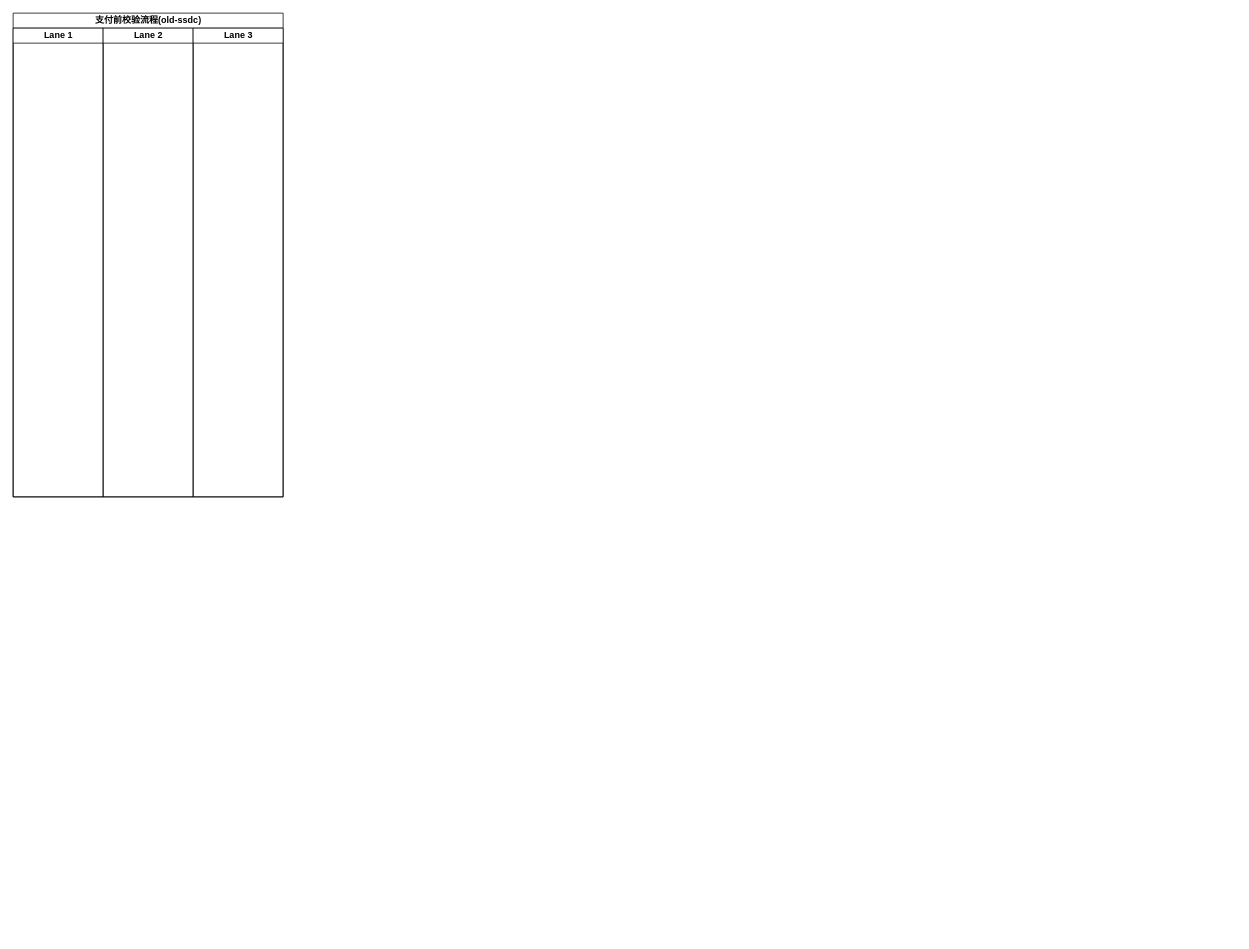
Above: page "支付前校验流程(old-ssdc)" (7 of 9) of pkfare/autoFlowup/autoFllowUp.drawio in zhangweixin/design-diagram (draw.io), before the change. Source tidied: cells renumbered, new cells numbered last; positions are measured from the earlier drawing's top-left corner, leaving out a move shared by most shapes. Both pictures are drawn from the tidied source at 75%, with x=0, y=0 at pixel (13, 13).
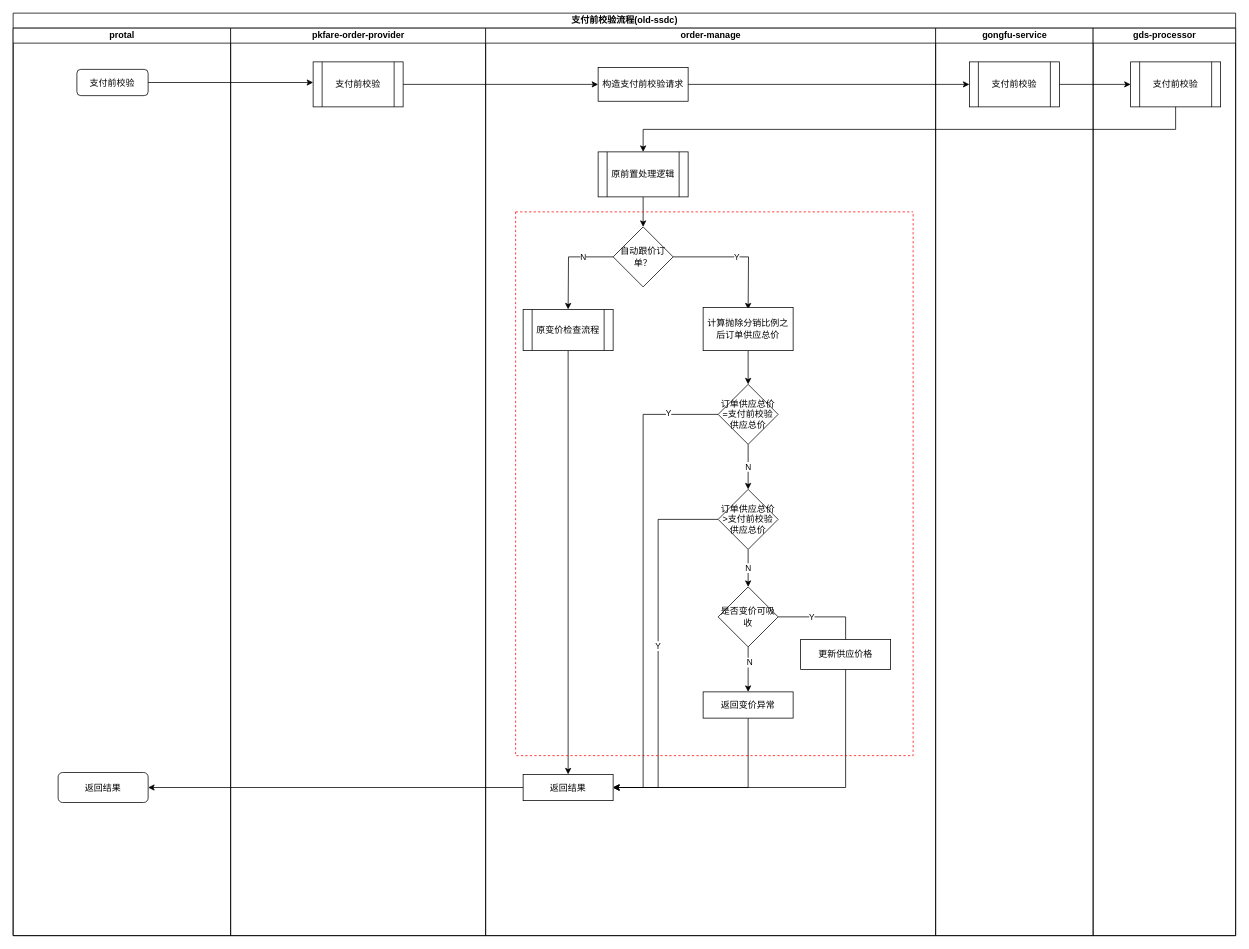
After the change.

Change to the diagram source:
```diff
@@
     <mxCell id="2" value="支付前校验流程(old-ssdc)" style="swimlane;startSize=20;html=1;" parent="1" vertex="1">
-      <mxGeometry width="360" height="645" as="geometry" />
+      <mxGeometry width="1630" height="1230" as="geometry" />
     </mxCell>
-    <mxCell id="3" value="Lane 1" style="swimlane;startSize=20;html=1;" parent="2" vertex="1">
-      <mxGeometry y="20" width="120" height="625" as="geometry" />
+    <mxCell id="3" value="protal" style="swimlane;startSize=20;html=1;" parent="2" vertex="1">
+      <mxGeometry y="20" width="290" height="1210" as="geometry" />
     </mxCell>
+    <mxCell id="6" value="支付前校验" style="rounded=1;whiteSpace=wrap;html=1;" parent="3" vertex="1">
+      <mxGeometry x="85" y="55" width="95" height="35" as="geometry" />
+    </mxCell>
+    <mxCell id="7" value="返回结果" style="rounded=1;whiteSpace=wrap;html=1;" parent="3" vertex="1">
+      <mxGeometry x="60" y="992.5" width="120" height="40" as="geometry" />
+    </mxCell>
-    <mxCell id="4" value="Lane 2" style="swimlane;startSize=20;html=1;" parent="2" vertex="1">
-      <mxGeometry x="120" y="20" width="120" height="625" as="geometry" />
+    <mxCell id="4" value="pkfare-order-provider" style="swimlane;startSize=20;html=1;" parent="2" vertex="1">
+      <mxGeometry x="290" y="20" width="340" height="1210" as="geometry" />
     </mxCell>
+    <mxCell id="8" value="支付前校验" style="shape=process;whiteSpace=wrap;html=1;backgroundOutline=1;" parent="4" vertex="1">
+      <mxGeometry x="110" y="45" width="120" height="60" as="geometry" />
+    </mxCell>
-    <mxCell id="5" value="Lane 3" style="swimlane;startSize=20;html=1;" parent="2" vertex="1">
-      <mxGeometry x="240" y="20" width="120" height="625" as="geometry" />
+    <mxCell id="5" value="order-manage" style="swimlane;startSize=20;html=1;" parent="2" vertex="1">
+      <mxGeometry x="630" y="20" width="600" height="1210" as="geometry" />
     </mxCell>
+    <mxCell id="9" value="构造支付前校验请求" style="rounded=0;whiteSpace=wrap;html=1;" parent="5" vertex="1">
+      <mxGeometry x="150" y="52.5" width="120" height="45" as="geometry" />
+    </mxCell>
+    <mxCell id="10" style="edgeStyle=orthogonalEdgeStyle;rounded=0;jettySize=auto;html=1;exitX=0.5;exitY=1;exitDx=0;exitDy=0;" parent="5" edge="1" source="11">
+      <mxGeometry relative="1" as="geometry">
+        <mxPoint x="210" y="265" as="targetPoint" />
+      </mxGeometry>
+    </mxCell>
+    <mxCell id="11" value="原前置处理逻辑" style="shape=process;whiteSpace=wrap;html=1;backgroundOutline=1;" parent="5" vertex="1">
+      <mxGeometry x="150" y="165" width="120" height="60" as="geometry" />
+    </mxCell>
+    <mxCell id="12" style="edgeStyle=orthogonalEdgeStyle;rounded=0;jettySize=auto;html=1;exitX=0;exitY=0.5;exitDx=0;exitDy=0;" parent="5" edge="1" source="15">
+      <mxGeometry relative="1" as="geometry">
+        <mxPoint x="110" y="375" as="targetPoint" />
+      </mxGeometry>
+    </mxCell>
+    <mxCell id="13" value="N" style="edgeLabel;html=1;align=center;verticalAlign=middle;" parent="12" vertex="1">
+      <mxGeometry x="-0.37" relative="1" as="geometry" />
+    </mxCell>
+    <mxCell id="14" value="Y" style="edgeStyle=orthogonalEdgeStyle;rounded=0;jettySize=auto;html=1;exitX=1;exitY=0.5;exitDx=0;exitDy=0;" parent="5" edge="1" source="15">
+      <mxGeometry relative="1" as="geometry">
+        <mxPoint x="350" y="375" as="targetPoint" />
+      </mxGeometry>
+    </mxCell>
+    <mxCell id="15" value="自动跟价订单？" style="rhombus;whiteSpace=wrap;html=1;" parent="5" vertex="1">
+      <mxGeometry x="170" y="265" width="80" height="80" as="geometry" />
+    </mxCell>
+    <mxCell id="16" style="edgeStyle=orthogonalEdgeStyle;rounded=0;jettySize=auto;html=1;exitX=0.5;exitY=1;exitDx=0;exitDy=0;" parent="5" edge="1" source="17" target="34">
+      <mxGeometry relative="1" as="geometry" />
+    </mxCell>
+    <mxCell id="17" value="原变价检查流程" style="shape=process;whiteSpace=wrap;html=1;backgroundOutline=1;" parent="5" vertex="1">
+      <mxGeometry x="50" y="375" width="120" height="55" as="geometry" />
+    </mxCell>
+    <mxCell id="18" value="N" style="edgeStyle=orthogonalEdgeStyle;rounded=0;jettySize=auto;html=1;exitX=0.5;exitY=1;exitDx=0;exitDy=0;" parent="5" edge="1" source="21">
+      <mxGeometry relative="1" as="geometry">
+        <mxPoint x="350" y="615" as="targetPoint" />
+      </mxGeometry>
+    </mxCell>
+    <mxCell id="19" style="edgeStyle=orthogonalEdgeStyle;rounded=0;jettySize=auto;html=1;exitX=0;exitY=0.5;exitDx=0;exitDy=0;entryX=1;entryY=0.5;entryDx=0;entryDy=0;" parent="5" edge="1" source="21" target="34">
+      <mxGeometry relative="1" as="geometry">
+        <Array as="points">
+          <mxPoint x="210" y="515" />
+          <mxPoint x="210" y="1013" />
+        </Array>
+      </mxGeometry>
+    </mxCell>
+    <mxCell id="20" value="Y" style="edgeLabel;html=1;align=center;verticalAlign=middle;" parent="19" vertex="1">
+      <mxGeometry x="-0.79" y="-2" relative="1" as="geometry" />
+    </mxCell>
+    <mxCell id="21" value="订单供应总价=支付前校验供应总价" style="rhombus;whiteSpace=wrap;html=1;" parent="5" vertex="1">
+      <mxGeometry x="310" y="475" width="80" height="80" as="geometry" />
+    </mxCell>
+    <mxCell id="22" style="edgeStyle=orthogonalEdgeStyle;rounded=0;jettySize=auto;html=1;exitX=0.5;exitY=1;exitDx=0;exitDy=0;" parent="5" edge="1" source="23" target="21">
+      <mxGeometry relative="1" as="geometry" />
+    </mxCell>
+    <mxCell id="23" value="计算抛除分销比例之后订单供应总价" style="rounded=0;whiteSpace=wrap;html=1;" parent="5" vertex="1">
+      <mxGeometry x="290" y="372.5" width="120" height="57.5" as="geometry" />
+    </mxCell>
+    <mxCell id="24" value="N" style="edgeStyle=orthogonalEdgeStyle;rounded=0;jettySize=auto;html=1;exitX=0.5;exitY=1;exitDx=0;exitDy=0;" parent="5" edge="1" source="26">
+      <mxGeometry relative="1" as="geometry">
+        <mxPoint x="350" y="745" as="targetPoint" />
+      </mxGeometry>
+    </mxCell>
+    <mxCell id="25" value="Y" style="edgeStyle=orthogonalEdgeStyle;rounded=0;jettySize=auto;html=1;exitX=0;exitY=0.5;exitDx=0;exitDy=0;entryX=1;entryY=0.5;entryDx=0;entryDy=0;" parent="5" edge="1" source="26" target="34">
+      <mxGeometry relative="1" as="geometry">
+        <Array as="points">
+          <mxPoint x="230" y="655" />
+          <mxPoint x="230" y="1013" />
+        </Array>
+      </mxGeometry>
+    </mxCell>
+    <mxCell id="26" value="订单供应总价&amp;gt;支付前校验供应总价" style="rhombus;whiteSpace=wrap;html=1;" parent="5" vertex="1">
+      <mxGeometry x="310" y="615" width="80" height="80" as="geometry" />
+    </mxCell>
+    <mxCell id="27" style="edgeStyle=orthogonalEdgeStyle;rounded=0;jettySize=auto;html=1;exitX=0.5;exitY=1;exitDx=0;exitDy=0;" parent="5" edge="1" source="31">
+      <mxGeometry relative="1" as="geometry">
+        <mxPoint x="350" y="885" as="targetPoint" />
+      </mxGeometry>
+    </mxCell>
+    <mxCell id="28" value="N" style="edgeLabel;html=1;align=center;verticalAlign=middle;" parent="27" vertex="1">
+      <mxGeometry x="-0.34" y="1" relative="1" as="geometry" />
+    </mxCell>
+    <mxCell id="29" style="edgeStyle=orthogonalEdgeStyle;rounded=0;jettySize=auto;html=1;exitX=1;exitY=0.5;exitDx=0;exitDy=0;entryX=1;entryY=0.5;entryDx=0;entryDy=0;" parent="5" edge="1" source="31" target="34">
+      <mxGeometry relative="1" as="geometry">
+        <Array as="points">
+          <mxPoint x="480" y="785" />
+          <mxPoint x="480" y="1013" />
+        </Array>
+      </mxGeometry>
+    </mxCell>
+    <mxCell id="30" value="Y" style="edgeLabel;html=1;align=center;verticalAlign=middle;" parent="29" vertex="1">
+      <mxGeometry x="-0.86" relative="1" as="geometry" />
+    </mxCell>
+    <mxCell id="31" value="是否变价可吸收" style="rhombus;whiteSpace=wrap;html=1;" parent="5" vertex="1">
+      <mxGeometry x="310" y="745" width="80" height="80" as="geometry" />
+    </mxCell>
+    <mxCell id="32" style="edgeStyle=orthogonalEdgeStyle;rounded=0;jettySize=auto;html=1;exitX=0.5;exitY=1;exitDx=0;exitDy=0;entryX=1;entryY=0.5;entryDx=0;entryDy=0;" parent="5" edge="1" source="33" target="34">
+      <mxGeometry relative="1" as="geometry" />
+    </mxCell>
+    <mxCell id="33" value="返回变价异常" style="rounded=0;whiteSpace=wrap;html=1;" parent="5" vertex="1">
+      <mxGeometry x="290" y="885" width="120" height="35" as="geometry" />
+    </mxCell>
+    <mxCell id="34" value="返回结果" style="rounded=0;whiteSpace=wrap;html=1;" parent="5" vertex="1">
+      <mxGeometry x="50" y="995" width="120" height="35" as="geometry" />
+    </mxCell>
+    <mxCell id="35" style="swimlane;startSize=0;dashed=1;strokeColor=#FF0000;" parent="5" vertex="1">
+      <mxGeometry x="40" y="245" width="530" height="725" as="geometry" />
+    </mxCell>
+    <mxCell id="36" value="更新供应价格" style="rounded=0;whiteSpace=wrap;html=1;" parent="35" vertex="1">
+      <mxGeometry x="380" y="570" width="120" height="40" as="geometry" />
+    </mxCell>
+    <mxCell id="37" value="gongfu-service" style="swimlane;startSize=20;html=1;" parent="2" vertex="1">
+      <mxGeometry x="1230" y="20" width="210" height="1210" as="geometry" />
+    </mxCell>
+    <mxCell id="38" value="支付前校验" style="shape=process;whiteSpace=wrap;html=1;backgroundOutline=1;" parent="37" vertex="1">
+      <mxGeometry x="45" y="45" width="120" height="60" as="geometry" />
+    </mxCell>
+    <mxCell id="39" value="gds-processor" style="swimlane;startSize=20;html=1;" parent="2" vertex="1">
+      <mxGeometry x="1440" y="20" width="190" height="1210" as="geometry" />
+    </mxCell>
+    <mxCell id="40" value="支付前校验" style="shape=process;whiteSpace=wrap;html=1;backgroundOutline=1;" parent="39" vertex="1">
+      <mxGeometry x="50" y="45" width="120" height="60" as="geometry" />
+    </mxCell>
+    <mxCell id="41" style="edgeStyle=orthogonalEdgeStyle;rounded=0;jettySize=auto;html=1;exitX=1;exitY=0.5;exitDx=0;exitDy=0;" parent="2" edge="1" source="6">
+      <mxGeometry relative="1" as="geometry">
+        <mxPoint x="400" y="92.5" as="targetPoint" />
+      </mxGeometry>
+    </mxCell>
+    <mxCell id="42" style="edgeStyle=orthogonalEdgeStyle;rounded=0;jettySize=auto;html=1;exitX=1;exitY=0.5;exitDx=0;exitDy=0;entryX=0;entryY=0.5;entryDx=0;entryDy=0;" parent="2" edge="1" source="8" target="9">
+      <mxGeometry relative="1" as="geometry" />
+    </mxCell>
+    <mxCell id="43" style="edgeStyle=orthogonalEdgeStyle;rounded=0;jettySize=auto;html=1;exitX=1;exitY=0.5;exitDx=0;exitDy=0;" parent="2" edge="1" source="9" target="38">
+      <mxGeometry relative="1" as="geometry" />
+    </mxCell>
+    <mxCell id="44" style="edgeStyle=orthogonalEdgeStyle;rounded=0;jettySize=auto;html=1;exitX=1;exitY=0.5;exitDx=0;exitDy=0;" parent="2" edge="1" source="38" target="40">
+      <mxGeometry relative="1" as="geometry" />
+    </mxCell>
+    <mxCell id="45" style="edgeStyle=orthogonalEdgeStyle;rounded=0;jettySize=auto;html=1;exitX=0.5;exitY=1;exitDx=0;exitDy=0;entryX=0.5;entryY=0;entryDx=0;entryDy=0;" parent="2" edge="1" source="40" target="11">
+      <mxGeometry relative="1" as="geometry" />
+    </mxCell>
+    <mxCell id="46" style="edgeStyle=orthogonalEdgeStyle;rounded=0;jettySize=auto;html=1;exitX=0;exitY=0.5;exitDx=0;exitDy=0;entryX=1;entryY=0.5;entryDx=0;entryDy=0;" parent="2" edge="1" source="34" target="7">
+      <mxGeometry relative="1" as="geometry" />
+    </mxCell>
```
